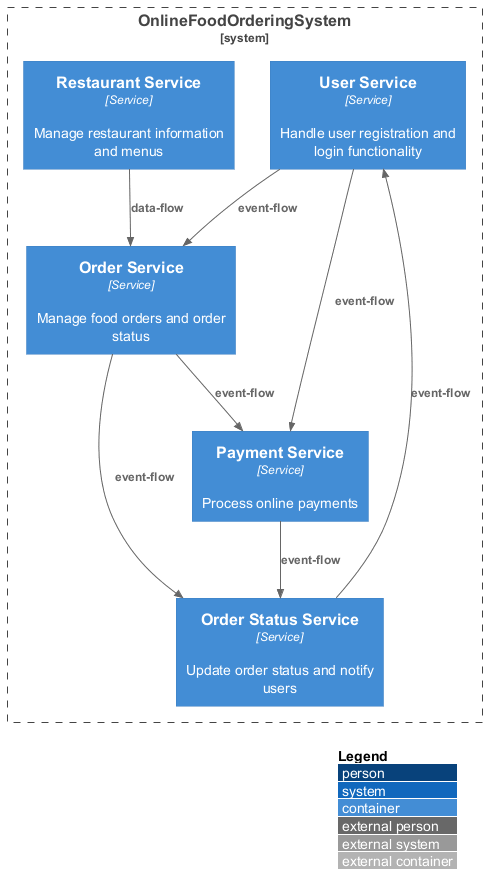
YoumnaHanyy/GPARCHIMIND keeps this PlantUML diagram as output/architecture_c4.png. Above is the earlier version. Its diagram source:
```plantuml
@startuml
!include https://raw.githubusercontent.com/plantuml-stdlib/C4-PlantUML/master/C4_Container.puml
LAYOUT_WITH_LEGEND()
System_Boundary(system, "OnlineFoodOrderingSystem") {
  Container(UserService, "User Service", "Service", "Handle user registration and login functionality")
  Container(RestaurantService, "Restaurant Service", "Service", "Manage restaurant information and menus")
  Container(OrderService, "Order Service", "Service", "Manage food orders and order status")
  Container(OrderStatusService, "Order Status Service", "Service", "Update order status and notify users")
  Container(PaymentService, "Payment Service", "Service", "Process online payments")
}
Rel(UserService, OrderService, "event-flow")
Rel(UserService, PaymentService, "event-flow")
Rel(RestaurantService, OrderService, "data-flow")
Rel(OrderService, OrderStatusService, "event-flow")
Rel(OrderStatusService, UserService, "event-flow")
Rel(OrderService, PaymentService, "event-flow")
Rel(PaymentService, OrderStatusService, "event-flow")
@enduml
```
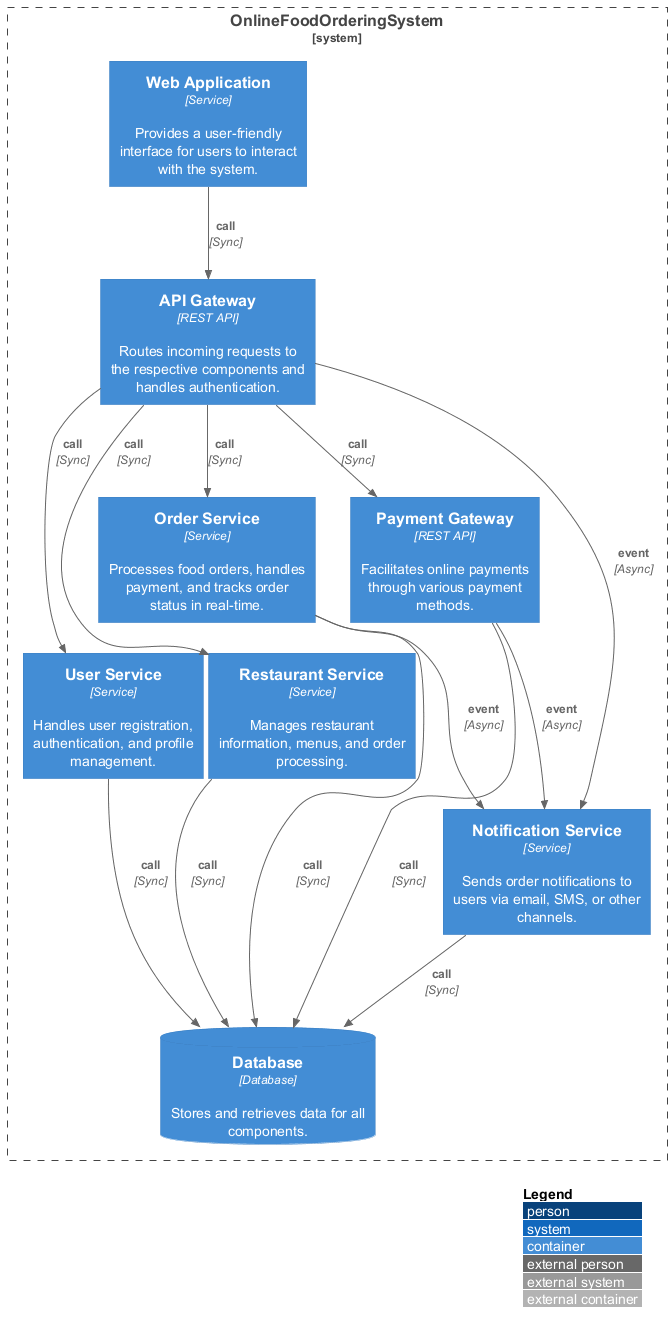
The same file after the commit.

Diff of the diagram source:
```diff
@@ -2,17 +2,26 @@
 !include https://raw.githubusercontent.com/plantuml-stdlib/C4-PlantUML/master/C4_Container.puml
 LAYOUT_WITH_LEGEND()
 System_Boundary(system, "OnlineFoodOrderingSystem") {
-  Container(UserService, "User Service", "Service", "Handle user registration and login functionality")
-  Container(RestaurantService, "Restaurant Service", "Service", "Manage restaurant information and menus")
-  Container(OrderService, "Order Service", "Service", "Manage food orders and order status")
-  Container(OrderStatusService, "Order Status Service", "Service", "Update order status and notify users")
-  Container(PaymentService, "Payment Service", "Service", "Process online payments")
+  Container(UserService, "User Service", "Service", "Handles user registration, authentication, and profile management.")
+  Container(RestaurantService, "Restaurant Service", "Service", "Manages restaurant information, menus, and order processing.")
+  Container(OrderService, "Order Service", "Service", "Processes food orders, handles payment, and tracks order status in real-time.")
+  Container(PaymentGateway, "Payment Gateway", "REST API", "Facilitates online payments through various payment methods.")
+  Container(NotificationService, "Notification Service", "Service", "Sends order notifications to users via email, SMS, or other channels.")
+  ContainerDb(Database, "Database", "Database", "Stores and retrieves data for all components.")
+  Container(APIGateway, "API Gateway", "REST API", "Routes incoming requests to the respective components and handles authentication.")
+  Container(WebApplication, "Web Application", "Service", "Provides a user-friendly interface for users to interact with the system.")
 }
-Rel(UserService, OrderService, "event-flow")
-Rel(UserService, PaymentService, "event-flow")
-Rel(RestaurantService, OrderService, "data-flow")
-Rel(OrderService, OrderStatusService, "event-flow")
-Rel(OrderStatusService, UserService, "event-flow")
-Rel(OrderService, PaymentService, "event-flow")
-Rel(PaymentService, OrderStatusService, "event-flow")
+Rel(APIGateway, UserService, "call", "Sync")
+Rel(APIGateway, RestaurantService, "call", "Sync")
+Rel(APIGateway, OrderService, "call", "Sync")
+Rel(APIGateway, PaymentGateway, "call", "Sync")
+Rel(APIGateway, NotificationService, "event", "Async")
+Rel(UserService, Database, "call", "Sync")
+Rel(RestaurantService, Database, "call", "Sync")
+Rel(OrderService, Database, "call", "Sync")
+Rel(PaymentGateway, Database, "call", "Sync")
+Rel(NotificationService, Database, "call", "Sync")
+Rel(OrderService, NotificationService, "event", "Async")
+Rel(PaymentGateway, NotificationService, "event", "Async")
+Rel(WebApplication, APIGateway, "call", "Sync")
 @enduml
```
